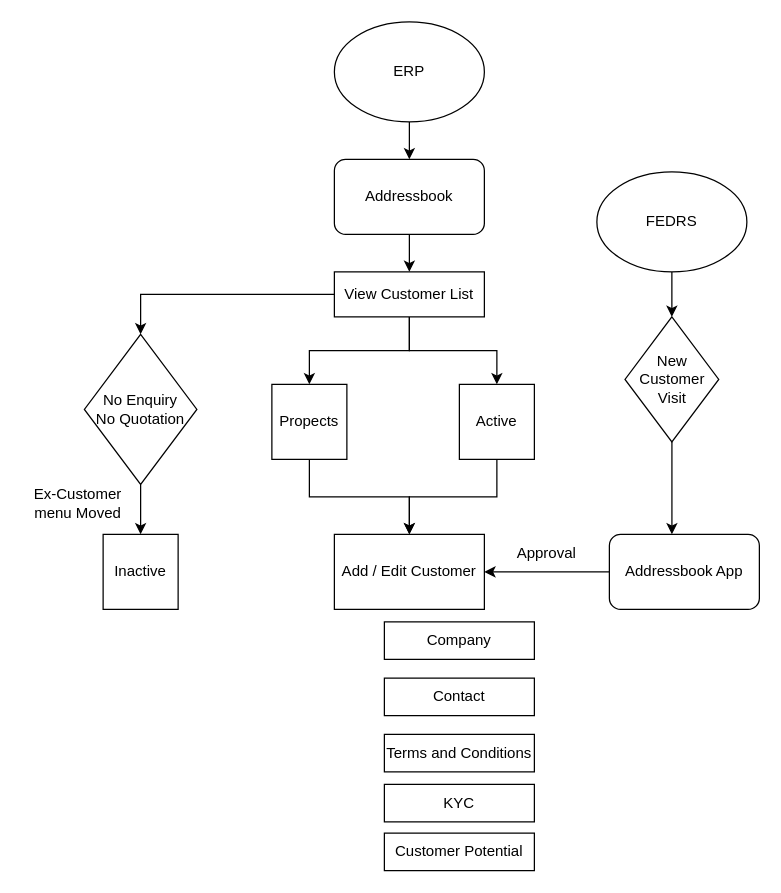
Above: Addressbook_Flow.drawio in Sathyapriya30/MERN_CRUD_BACKEND (draw.io), before the change. Source tidied: cells renumbered, new cells numbered last; positions are measured from the earlier drawing's top-left corner, leaving out a move shared by most shapes. Both pictures are drawn from the tidied source at 125%, with x=0, y=0 at pixel (21, 21).
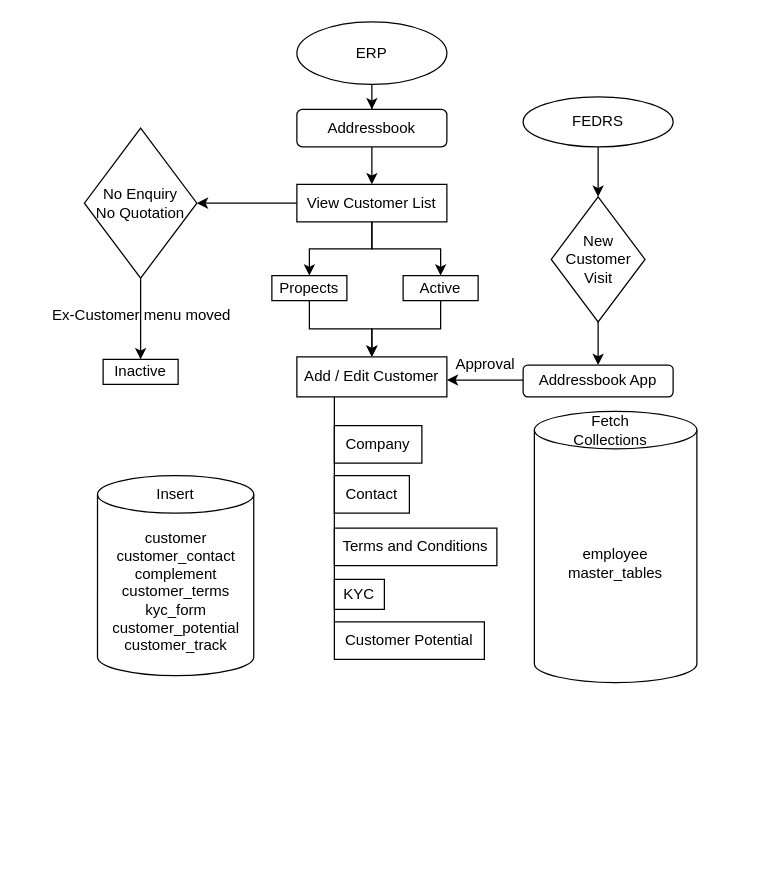
The same diagram, later.

What changed in the source:
```diff
@@
     <mxCell id="3" value="Addressbook" style="rounded=1;whiteSpace=wrap;html=1;" parent="1" vertex="1">
-      <mxGeometry x="250" y="110" width="120" height="60" as="geometry" />
+      <mxGeometry x="220" y="70" width="120" height="30" as="geometry" />
     </mxCell>
-    <mxCell id="4" style="edgeStyle=orthogonalEdgeStyle;rounded=0;jettySize=auto;html=1;entryX=1;entryY=0.5;entryDx=0;entryDy=0;" parent="1" edge="1" source="5" target="20">
-      <mxGeometry relative="1" as="geometry" />
-    </mxCell>
-    <mxCell id="5" value="Addressbook App" style="rounded=1;whiteSpace=wrap;html=1;" parent="1" vertex="1">
-      <mxGeometry x="470" y="410" width="120" height="60" as="geometry" />
-    </mxCell>
@@
     <mxCell id="7" value="FEDRS" style="ellipse;whiteSpace=wrap;html=1;" parent="1" vertex="1">
-      <mxGeometry x="460" y="120" width="120" height="80" as="geometry" />
+      <mxGeometry x="401" y="60" width="120" height="40" as="geometry" />
     </mxCell>
+    <mxCell id="24" style="edgeStyle=orthogonalEdgeStyle;rounded=0;jettySize=auto;html=1;exitX=0.5;exitY=1;exitDx=0;exitDy=0;" parent="1" edge="1" source="8" target="5">
+      <mxGeometry relative="1" as="geometry" />
+    </mxCell>
     <mxCell id="8" value="New Customer Visit" style="rhombus;whiteSpace=wrap;html=1;" parent="1" vertex="1">
-      <mxGeometry x="482.5" y="236" width="75" height="100" as="geometry" />
+      <mxGeometry x="423.5" y="140" width="75" height="100" as="geometry" />
     </mxCell>
@@
     <mxCell id="10" value="ERP" style="ellipse;whiteSpace=wrap;html=1;" parent="1" vertex="1">
-      <mxGeometry x="250" width="120" height="80" as="geometry" />
+      <mxGeometry x="220" width="120" height="50" as="geometry" />
     </mxCell>
@@
     <mxCell id="12" value="Active" style="rounded=0;whiteSpace=wrap;html=1;" parent="1" vertex="1">
-      <mxGeometry x="350" y="290" width="60" height="60" as="geometry" />
+      <mxGeometry x="305" y="203" width="60" height="20" as="geometry" />
     </mxCell>
     <mxCell id="13" value="Inactive" style="rounded=0;whiteSpace=wrap;html=1;" parent="1" vertex="1">
-      <mxGeometry x="65" y="410" width="60" height="60" as="geometry" />
+      <mxGeometry x="65" y="270" width="60" height="20" as="geometry" />
     </mxCell>
@@
-    <mxCell id="16" style="edgeStyle=orthogonalEdgeStyle;rounded=0;jettySize=auto;html=1;entryX=0.5;entryY=0;entryDx=0;entryDy=0;" parent="1" edge="1" source="17" target="19">
+    <mxCell id="16" style="edgeStyle=orthogonalEdgeStyle;rounded=0;jettySize=auto;html=1;" parent="1" edge="1" source="17" target="19">
       <mxGeometry relative="1" as="geometry" />
     </mxCell>
     <mxCell id="17" value="View Customer List" style="rounded=0;whiteSpace=wrap;html=1;" parent="1" vertex="1">
-      <mxGeometry x="250" y="200" width="120" height="36" as="geometry" />
+      <mxGeometry x="220" y="130" width="120" height="30" as="geometry" />
     </mxCell>
@@
     <mxCell id="19" value="No Enquiry&lt;br&gt;No Quotation" style="rhombus;whiteSpace=wrap;html=1;" parent="1" vertex="1">
-      <mxGeometry x="50" y="250" width="90" height="120" as="geometry" />
+      <mxGeometry x="50" y="85" width="90" height="120" as="geometry" />
     </mxCell>
+    <mxCell id="31" style="edgeStyle=orthogonalEdgeStyle;rounded=0;orthogonalLoop=1;jettySize=auto;html=1;entryX=0.25;entryY=0;entryDx=0;entryDy=0;endArrow=none;endFill=0;" parent="1" edge="1">
+      <mxGeometry relative="1" as="geometry">
+        <mxPoint x="250" y="300" as="sourcePoint" />
+        <mxPoint x="250" y="480" as="targetPoint" />
+      </mxGeometry>
+    </mxCell>
     <mxCell id="20" value="Add / Edit Customer" style="rounded=0;whiteSpace=wrap;html=1;" parent="1" vertex="1">
-      <mxGeometry x="250" y="410" width="120" height="60" as="geometry" />
+      <mxGeometry x="220" y="268" width="120" height="32" as="geometry" />
     </mxCell>
@@
     <mxCell id="22" value="Propects" style="rounded=0;whiteSpace=wrap;html=1;" parent="1" vertex="1">
-      <mxGeometry x="200" y="290" width="60" height="60" as="geometry" />
+      <mxGeometry x="200" y="203" width="60" height="20" as="geometry" />
     </mxCell>
     <mxCell id="23" value="Approval" style="text;html=1;whiteSpace=wrap;strokeColor=none;fillColor=none;align=center;verticalAlign=middle;rounded=0;" parent="1" vertex="1">
-      <mxGeometry x="390" y="410" width="60" height="30" as="geometry" />
+      <mxGeometry x="341" y="259" width="60" height="30" as="geometry" />
     </mxCell>
-    <mxCell id="24" style="edgeStyle=orthogonalEdgeStyle;rounded=0;jettySize=auto;html=1;entryX=0.417;entryY=0;entryDx=0;entryDy=0;entryPerimeter=0;" parent="1" edge="1" source="8" target="5">
-      <mxGeometry relative="1" as="geometry" />
-    </mxCell>
-    <mxCell id="25" value="Ex-Customer menu Moved" style="text;html=1;whiteSpace=wrap;strokeColor=none;fillColor=none;align=center;verticalAlign=middle;rounded=0;" parent="1" vertex="1">
-      <mxGeometry y="370" width="90" height="30" as="geometry" />
+    <mxCell id="25" value="Ex-Customer menu moved" style="text;html=1;whiteSpace=wrap;strokeColor=none;fillColor=none;align=center;verticalAlign=middle;rounded=0;" parent="1" vertex="1">
+      <mxGeometry x="11" y="220" width="170" height="30" as="geometry" />
     </mxCell>
     <mxCell id="26" value="Company" style="rounded=0;whiteSpace=wrap;html=1;" parent="1" vertex="1">
-      <mxGeometry x="290" y="480" width="120" height="30" as="geometry" />
+      <mxGeometry x="250" y="323" width="70" height="30" as="geometry" />
     </mxCell>
     <mxCell id="27" value="Contact" style="rounded=0;whiteSpace=wrap;html=1;" parent="1" vertex="1">
-      <mxGeometry x="290" y="525" width="120" height="30" as="geometry" />
+      <mxGeometry x="250" y="363" width="60" height="30" as="geometry" />
     </mxCell>
     <mxCell id="28" value="Terms and Conditions" style="rounded=0;whiteSpace=wrap;html=1;" parent="1" vertex="1">
-      <mxGeometry x="290" y="570" width="120" height="30" as="geometry" />
+      <mxGeometry x="250" y="405" width="130" height="30" as="geometry" />
     </mxCell>
     <mxCell id="29" value="KYC" style="rounded=0;whiteSpace=wrap;html=1;" parent="1" vertex="1">
-      <mxGeometry x="290" y="610" width="120" height="30" as="geometry" />
+      <mxGeometry x="250" y="446" width="40" height="24" as="geometry" />
     </mxCell>
     <mxCell id="30" value="Customer Potential" style="rounded=0;whiteSpace=wrap;html=1;" parent="1" vertex="1">
-      <mxGeometry x="290" y="649" width="120" height="30" as="geometry" />
+      <mxGeometry x="250" y="480" width="120" height="30" as="geometry" />
     </mxCell>
+    <mxCell id="32" style="edgeStyle=orthogonalEdgeStyle;rounded=0;orthogonalLoop=1;jettySize=auto;html=1;" parent="1" edge="1">
+      <mxGeometry relative="1" as="geometry">
+        <mxPoint x="401" y="286.5" as="sourcePoint" />
+        <mxPoint x="340" y="286.5" as="targetPoint" />
+      </mxGeometry>
+    </mxCell>
+    <mxCell id="5" value="Addressbook App" style="rounded=1;whiteSpace=wrap;html=1;" parent="1" vertex="1">
+      <mxGeometry x="401" y="274.5" width="120" height="25.5" as="geometry" />
+    </mxCell>
+    <mxCell id="33" value="customer&lt;br&gt;customer_contact&lt;br&gt;complement&lt;br&gt;customer_terms&lt;br&gt;kyc_form&lt;br&gt;customer_potential&lt;br&gt;customer_track" style="shape=cylinder3;whiteSpace=wrap;html=1;boundedLbl=1;backgroundOutline=1;size=15;" parent="1" vertex="1">
+      <mxGeometry x="60.5" y="363" width="125" height="160" as="geometry" />
+    </mxCell>
+    <mxCell id="34" value="Insert" style="text;html=1;whiteSpace=wrap;strokeColor=none;fillColor=none;align=center;verticalAlign=middle;rounded=0;" parent="1" vertex="1">
+      <mxGeometry x="93" y="363" width="60" height="30" as="geometry" />
+    </mxCell>
+    <mxCell id="35" value="employee&lt;br&gt;master_tables" style="shape=cylinder3;whiteSpace=wrap;html=1;boundedLbl=1;backgroundOutline=1;size=15;" parent="1" vertex="1">
+      <mxGeometry x="410" y="311.5" width="130" height="217" as="geometry" />
+    </mxCell>
+    <mxCell id="36" value="Fetch Collections" style="text;html=1;whiteSpace=wrap;strokeColor=none;fillColor=none;align=center;verticalAlign=middle;rounded=0;" parent="1" vertex="1">
+      <mxGeometry x="441" y="311.5" width="60" height="30" as="geometry" />
+    </mxCell>
```
